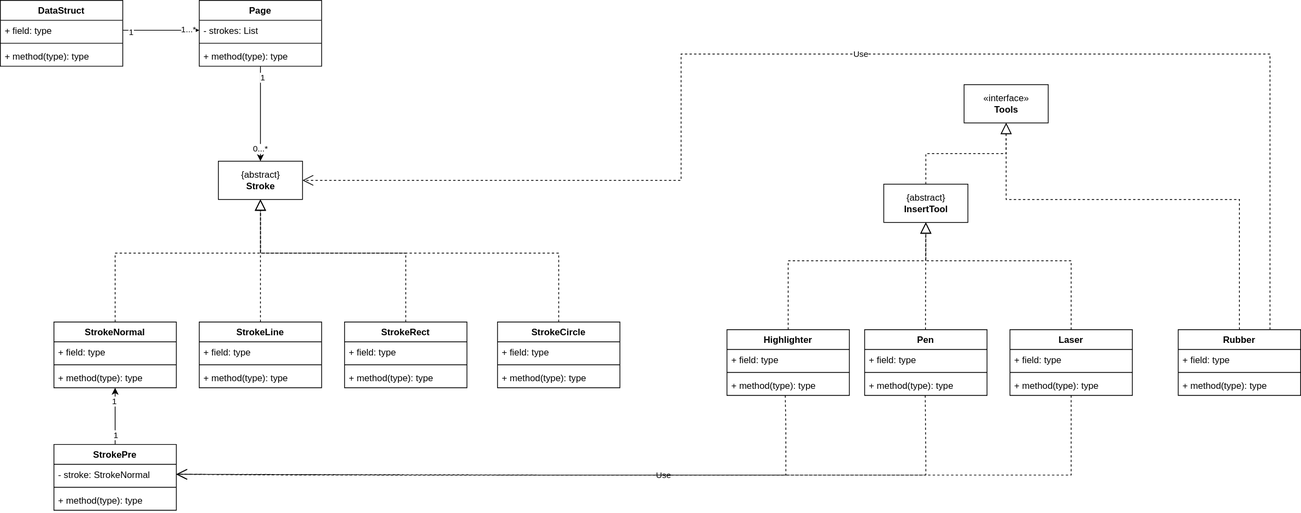
This is uml/Model.svg from giacomogroppi/ui_qml, a draw.io export, as it was before one commit. Source tidied: cells renumbered, new cells last; positions are measured from the earlier drawing's top-left corner, leaving out a move shared by most shapes.
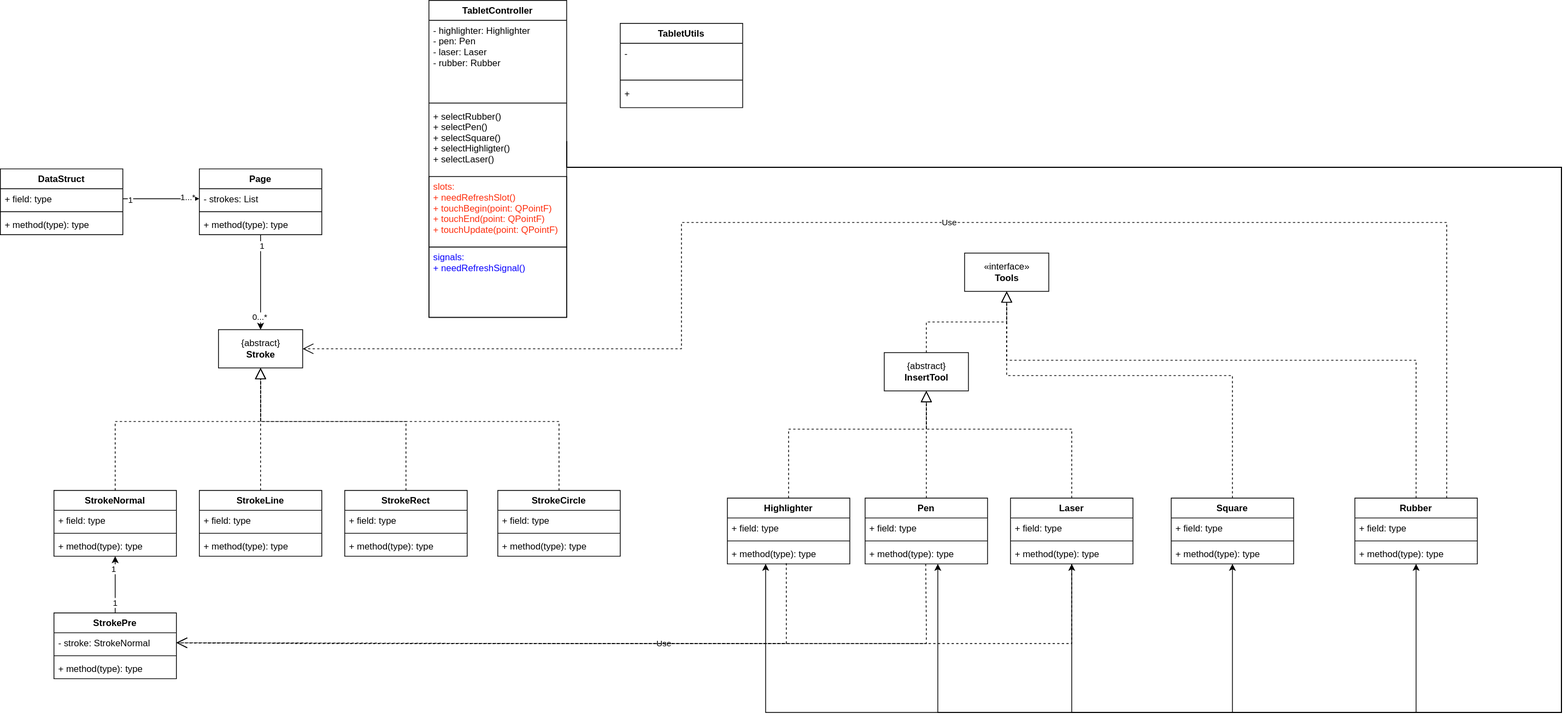
After the change.

What changed in the source:
```diff
@@ -3,7 +3,7 @@
     <mxCell id="0" />
     <mxCell id="1" parent="0" />
     <mxCell id="2" value="Rubber" style="swimlane;fontStyle=1;align=center;verticalAlign=top;horizontal=1;startSize=26;" parent="1" vertex="1">
-      <mxGeometry x="1540" y="430" width="160" height="86" as="geometry" />
+      <mxGeometry x="1770" y="430" width="160" height="86" as="geometry" />
     </mxCell>
     <mxCell id="3" value="+ field: type" style="text;strokeColor=none;fillColor=none;align=left;verticalAlign=top;spacingLeft=4;spacingRight=4;overflow=hidden;" parent="2" vertex="1">
       <mxGeometry y="26" width="160" height="26" as="geometry" />
@@ -64,10 +64,8 @@
         </Array>
       </mxGeometry>
     </mxCell>
-    <mxCell id="21" style="endArrow=block;dashed=1;endFill=0;endSize=12;html=1;rounded=0;exitX=0.5;exitY=0;exitDx=0;exitDy=0;entryX=0.5;entryY=1;entryDx=0;entryDy=0;" parent="1" edge="1" target="19">
-      <mxGeometry relative="1" as="geometry">
-        <mxPoint x="1209.5" y="430" as="sourcePoint" />
-      </mxGeometry>
+    <mxCell id="21" style="endArrow=block;dashed=1;endFill=0;endSize=12;html=1;rounded=0;exitX=0.5;exitY=0;exitDx=0;exitDy=0;entryX=0.5;entryY=1;entryDx=0;entryDy=0;" parent="1" edge="1" source="10" target="19">
+      <mxGeometry relative="1" as="geometry" />
     </mxCell>
     <mxCell id="22" style="endArrow=block;dashed=1;endFill=0;endSize=12;html=1;rounded=0;exitX=0.5;exitY=0;exitDx=0;exitDy=0;entryX=0.5;entryY=1;entryDx=0;entryDy=0;" parent="1" edge="1" target="19">
       <mxGeometry relative="1" as="geometry">
@@ -81,10 +79,11 @@
     <mxCell id="23" style="endArrow=block;dashed=1;endFill=0;endSize=12;html=1;rounded=0;exitX=0.5;exitY=0;exitDx=0;exitDy=0;entryX=0.5;entryY=1;entryDx=0;entryDy=0;" parent="1" edge="1" source="2" target="18">
       <mxGeometry relative="1" as="geometry">
         <Array as="points">
-          <mxPoint x="1620" y="380" />
-          <mxPoint x="1620" y="260" />
-          <mxPoint x="1417" y="260" />
-          <mxPoint x="1315" y="260" />
+          <mxPoint x="1850" y="250" />
+          <mxPoint x="1620" y="250" />
+          <mxPoint x="1520" y="250" />
+          <mxPoint x="1410" y="250" />
+          <mxPoint x="1315" y="250" />
         </Array>
       </mxGeometry>
     </mxCell>
@@ -228,7 +227,7 @@
     <mxCell id="60" value="Use" style="endArrow=open;endSize=12;dashed=1;html=1;rounded=0;exitX=0.75;exitY=0;exitDx=0;exitDy=0;entryX=1;entryY=0.5;entryDx=0;entryDy=0;" parent="1" edge="1" source="2" target="25">
       <mxGeometry relative="1" as="geometry">
         <Array as="points">
-          <mxPoint x="1660" y="70" />
+          <mxPoint x="1890" y="70" />
           <mxPoint x="890" y="70" />
           <mxPoint x="890" y="235" />
         </Array>
@@ -273,9 +272,8 @@
         </Array>
       </mxGeometry>
     </mxCell>
-    <mxCell id="70" style="endArrow=open;endSize=12;dashed=1;html=1;rounded=0;entryX=1;entryY=0.5;entryDx=0;entryDy=0;exitX=0.495;exitY=1;exitDx=0;exitDy=0;exitPerimeter=0;" parent="1" edge="1" target="65">
+    <mxCell id="70" style="endArrow=open;endSize=12;dashed=1;html=1;rounded=0;entryX=1;entryY=0.5;entryDx=0;entryDy=0;exitX=0.481;exitY=0.962;exitDx=0;exitDy=0;exitPerimeter=0;" parent="1" edge="1" source="17" target="65">
       <mxGeometry relative="1" as="geometry">
-        <mxPoint x="1026.2" y="516" as="sourcePoint" />
         <Array as="points">
           <mxPoint x="1027" y="560" />
           <mxPoint x="1027" y="620" />
@@ -283,5 +281,108 @@
         </Array>
       </mxGeometry>
     </mxCell>
+    <mxCell id="71" value="TabletController" style="swimlane;fontStyle=1;align=center;verticalAlign=top;horizontal=1;startSize=26;" parent="1" vertex="1">
+      <mxGeometry x="560" y="-220" width="180" height="414" as="geometry" />
+    </mxCell>
+    <mxCell id="72" value="- highlighter: Highlighter&#10;- pen: Pen&#10;- laser: Laser&#10;- rubber: Rubber" style="text;strokeColor=none;fillColor=none;align=left;verticalAlign=top;spacingLeft=4;spacingRight=4;overflow=hidden;" parent="71" vertex="1">
+      <mxGeometry y="26" width="180" height="104" as="geometry" />
+    </mxCell>
+    <mxCell id="73" style="line;strokeWidth=1;fillColor=none;align=left;verticalAlign=middle;spacingTop=-1;spacingLeft=3;spacingRight=3;labelPosition=right;strokeColor=inherit;" parent="71" vertex="1">
+      <mxGeometry y="130" width="180" height="8" as="geometry" />
+    </mxCell>
+    <mxCell id="74" value="+ selectRubber()&#10;+ selectPen()&#10;+ selectSquare()&#10;+ selectHighligter()&#10;+ selectLaser()" style="text;strokeColor=none;fillColor=none;align=left;verticalAlign=top;spacingLeft=4;spacingRight=4;overflow=hidden;points=[[0,0.5],[1,0.5]];portConstraint=eastwest;" parent="71" vertex="1">
+      <mxGeometry y="138" width="180" height="92" as="geometry" />
+    </mxCell>
+    <mxCell id="75" value="slots:&#10;+ needRefreshSlot()&#10;+ touchBegin(point: QPointF)&#10;+ touchEnd(point: QPointF)&#10;+ touchUpdate(point: QPointF)&#10;" style="text;strokeColor=default;fillColor=none;align=left;verticalAlign=top;spacingLeft=4;spacingRight=4;overflow=hidden;fontColor=#FF2D0D;" parent="71" vertex="1">
+      <mxGeometry y="230" width="180" height="92" as="geometry" />
+    </mxCell>
+    <mxCell id="76" value="signals:&#10;+ needRefreshSignal()&#10;" style="text;strokeColor=default;fillColor=none;align=left;verticalAlign=top;spacingLeft=4;spacingRight=4;overflow=hidden;fontColor=#0800FF;" parent="71" vertex="1">
+      <mxGeometry y="322" width="180" height="92" as="geometry" />
+    </mxCell>
+    <mxCell id="77" value="Square" style="swimlane;fontStyle=1;align=center;verticalAlign=top;horizontal=1;startSize=26;" parent="1" vertex="1">
+      <mxGeometry x="1530" y="430" width="160" height="86" as="geometry" />
+    </mxCell>
+    <mxCell id="78" value="+ field: type" style="text;strokeColor=none;fillColor=none;align=left;verticalAlign=top;spacingLeft=4;spacingRight=4;overflow=hidden;" parent="77" vertex="1">
+      <mxGeometry y="26" width="160" height="26" as="geometry" />
+    </mxCell>
+    <mxCell id="79" style="line;strokeWidth=1;fillColor=none;align=left;verticalAlign=middle;spacingTop=-1;spacingLeft=3;spacingRight=3;labelPosition=right;strokeColor=inherit;" parent="77" vertex="1">
+      <mxGeometry y="52" width="160" height="8" as="geometry" />
+    </mxCell>
+    <mxCell id="80" value="+ method(type): type" style="text;strokeColor=none;fillColor=none;align=left;verticalAlign=top;spacingLeft=4;spacingRight=4;overflow=hidden;" parent="77" vertex="1">
+      <mxGeometry y="60" width="160" height="26" as="geometry" />
+    </mxCell>
+    <mxCell id="81" style="endArrow=block;dashed=1;endFill=0;endSize=12;html=1;rounded=0;exitX=0.5;exitY=0;exitDx=0;exitDy=0;entryX=0.5;entryY=1;entryDx=0;entryDy=0;" parent="1" edge="1" source="77" target="18">
+      <mxGeometry relative="1" as="geometry">
+        <Array as="points">
+          <mxPoint x="1610" y="380" />
+          <mxPoint x="1610" y="270" />
+          <mxPoint x="1427" y="270" />
+          <mxPoint x="1315" y="270" />
+        </Array>
+      </mxGeometry>
+    </mxCell>
+    <mxCell id="82" style="edgeStyle=orthogonalEdgeStyle;rounded=0;jettySize=auto;html=1;exitX=1;exitY=0.5;exitDx=0;exitDy=0;" parent="1" edge="1" source="74">
+      <mxGeometry relative="1" as="geometry">
+        <mxPoint x="1000" y="516" as="targetPoint" />
+        <Array as="points">
+          <mxPoint x="740" y="-2" />
+          <mxPoint x="2040" y="-2" />
+          <mxPoint x="2040" y="710" />
+          <mxPoint x="1000" y="710" />
+        </Array>
+      </mxGeometry>
+    </mxCell>
+    <mxCell id="83" style="edgeStyle=orthogonalEdgeStyle;rounded=0;jettySize=auto;html=1;exitX=1;exitY=0.5;exitDx=0;exitDy=0;" parent="1" edge="1" source="74" target="13">
+      <mxGeometry relative="1" as="geometry">
+        <Array as="points">
+          <mxPoint x="740" y="-2" />
+          <mxPoint x="2040" y="-2" />
+          <mxPoint x="2040" y="710" />
+          <mxPoint x="1225" y="710" />
+        </Array>
+      </mxGeometry>
+    </mxCell>
+    <mxCell id="84" style="edgeStyle=orthogonalEdgeStyle;rounded=0;jettySize=auto;html=1;entryX=0.5;entryY=1;entryDx=0;entryDy=0;exitX=1;exitY=0.5;exitDx=0;exitDy=0;" parent="1" edge="1" source="74" target="2">
+      <mxGeometry relative="1" as="geometry">
+        <Array as="points">
+          <mxPoint x="740" y="-2" />
+          <mxPoint x="2040" y="-2" />
+          <mxPoint x="2040" y="710" />
+          <mxPoint x="1850" y="710" />
+        </Array>
+      </mxGeometry>
+    </mxCell>
+    <mxCell id="85" style="edgeStyle=orthogonalEdgeStyle;rounded=0;jettySize=auto;html=1;entryX=0.5;entryY=1;entryDx=0;entryDy=0;exitX=1;exitY=0.5;exitDx=0;exitDy=0;" parent="1" edge="1" source="74" target="77">
+      <mxGeometry relative="1" as="geometry">
+        <Array as="points">
+          <mxPoint x="740" y="-2" />
+          <mxPoint x="2040" y="-2" />
+          <mxPoint x="2040" y="710" />
+          <mxPoint x="1610" y="710" />
+        </Array>
+      </mxGeometry>
+    </mxCell>
+    <mxCell id="86" style="edgeStyle=orthogonalEdgeStyle;rounded=0;jettySize=auto;html=1;exitX=1;exitY=0.5;exitDx=0;exitDy=0;" parent="1" edge="1" source="74" target="9">
+      <mxGeometry relative="1" as="geometry">
+        <Array as="points">
+          <mxPoint x="740" y="-2" />
+          <mxPoint x="2040" y="-2" />
+          <mxPoint x="2040" y="710" />
+          <mxPoint x="1400" y="710" />
+        </Array>
+      </mxGeometry>
+    </mxCell>
+    <mxCell id="87" value="TabletUtils" style="swimlane;fontStyle=1;align=center;verticalAlign=top;horizontal=1;startSize=26;" parent="1" vertex="1">
+      <mxGeometry x="810" y="-190" width="160" height="110" as="geometry" />
+    </mxCell>
+    <mxCell id="88" value="-&#10;" style="text;strokeColor=none;fillColor=none;align=left;verticalAlign=top;spacingLeft=4;spacingRight=4;overflow=hidden;" parent="87" vertex="1">
+      <mxGeometry y="26" width="160" height="44" as="geometry" />
+    </mxCell>
+    <mxCell id="89" style="line;strokeWidth=1;fillColor=none;align=left;verticalAlign=middle;spacingTop=-1;spacingLeft=3;spacingRight=3;labelPosition=right;strokeColor=inherit;" parent="87" vertex="1">
+      <mxGeometry y="70" width="160" height="8" as="geometry" />
+    </mxCell>
+    <mxCell id="90" value="+" style="text;strokeColor=none;fillColor=none;align=left;verticalAlign=top;spacingLeft=4;spacingRight=4;overflow=hidden;" parent="87" vertex="1">
+      <mxGeometry y="78" width="160" height="32" as="geometry" />
+    </mxCell>
   </root>
 </mxGraphModel>
```
